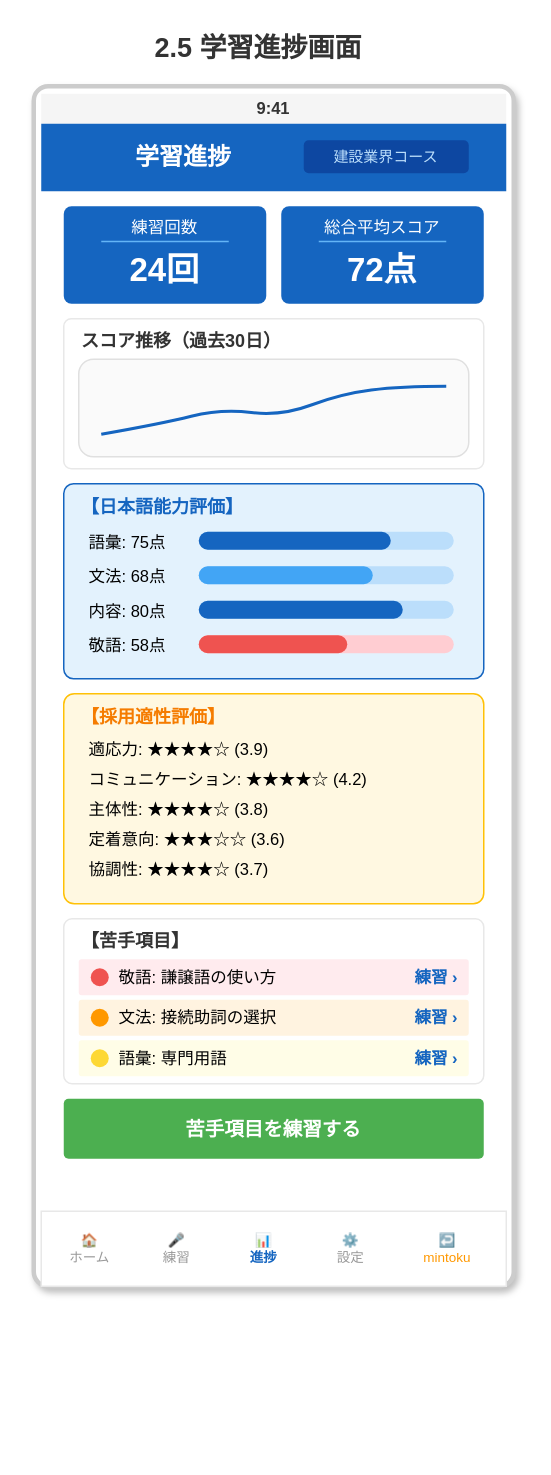
The draw.io diagram docs/images/画面設計書_2.5_学習進捗.drawio in yoshidasendai115/ai-interview, before the edit. Source tidied: cells renumbered, new cells numbered last; positions are measured from the earlier drawing's top-left corner, leaving out a move shared by most shapes. Both pictures are drawn from the tidied source at 150%, with x=0, y=0 at pixel (33, 26).
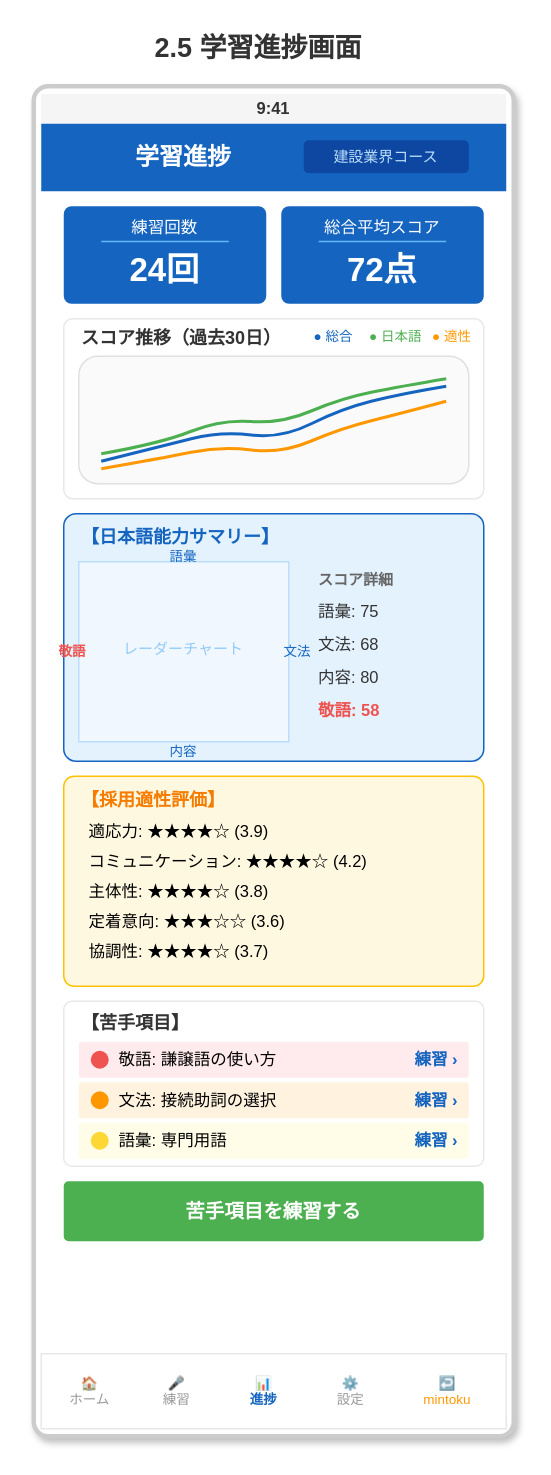
The same diagram, later.

The edit, as a diff of the source:
```diff
@@
     <mxCell id="3" style="rounded=1;whiteSpace=wrap;html=1;strokeColor=#CCCCCC;strokeWidth=3;fillColor=#FFFFFF;arcSize=3;shadow=1;" parent="1" vertex="1">
-      <mxGeometry y="40" width="320" height="800" as="geometry" />
+      <mxGeometry y="40" width="320" height="900" as="geometry" />
     </mxCell>
@@
     <mxCell id="17" style="rounded=1;whiteSpace=wrap;html=1;fillColor=#FFFFFF;strokeColor=#E8E8E8;strokeWidth=1;arcSize=5;" parent="1" vertex="1">
-      <mxGeometry x="20" y="195" width="280" height="100" as="geometry" />
+      <mxGeometry x="20" y="195" width="280" height="120" as="geometry" />
     </mxCell>
     <mxCell id="18" value="スコア推移（過去30日）" style="text;html=1;strokeColor=none;fillColor=none;align=left;verticalAlign=middle;whiteSpace=wrap;rounded=0;fontColor=#333333;fontSize=12;fontStyle=1;" parent="1" vertex="1">
-      <mxGeometry x="30" y="200" width="200" height="20" as="geometry" />
+      <mxGeometry x="30" y="198" width="150" height="20" as="geometry" />
     </mxCell>
+    <mxCell id="63" value="● 総合" style="text;html=1;strokeColor=none;fillColor=none;align=left;verticalAlign=middle;whiteSpace=wrap;rounded=0;fontSize=9;fontColor=#1565C0;" parent="1" vertex="1">
+      <mxGeometry x="185" y="198" width="35" height="18" as="geometry" />
+    </mxCell>
+    <mxCell id="64" value="● 日本語" style="text;html=1;strokeColor=none;fillColor=none;align=left;verticalAlign=middle;whiteSpace=wrap;rounded=0;fontSize=9;fontColor=#4CAF50;" parent="1" vertex="1">
+      <mxGeometry x="222" y="198" width="40" height="18" as="geometry" />
+    </mxCell>
+    <mxCell id="65" value="● 適性" style="text;html=1;strokeColor=none;fillColor=none;align=left;verticalAlign=middle;whiteSpace=wrap;rounded=0;fontSize=9;fontColor=#FF9800;" parent="1" vertex="1">
+      <mxGeometry x="264" y="198" width="35" height="18" as="geometry" />
+    </mxCell>
     <mxCell id="19" style="rounded=1;whiteSpace=wrap;html=1;fillColor=#fafafa;strokeColor=#e0e0e0;" parent="1" vertex="1">
-      <mxGeometry x="30" y="222" width="260" height="65" as="geometry" />
+      <mxGeometry x="30" y="220" width="260" height="85" as="geometry" />
     </mxCell>
-    <mxCell id="20" style="endArrow=none;html=1;strokeColor=#1565C0;strokeWidth=2;curved=1;" parent="1" edge="1">
-      <mxGeometry relative="1" as="geometry">
-        <mxPoint x="45" y="272" as="sourcePoint" />
-        <mxPoint x="275" y="240" as="targetPoint" />
-        <Array as="points">
-          <mxPoint x="85" y="265" />
-          <mxPoint x="125" y="255" />
-          <mxPoint x="165" y="260" />
-          <mxPoint x="205" y="245" />
-          <mxPoint x="245" y="240" />
-        </Array>
-      </mxGeometry>
-    </mxCell>
+    <mxCell id="66" style="endArrow=none;html=1;strokeColor=#1565C0;strokeWidth=2;curved=1;" parent="1" edge="1">
+      <mxGeometry relative="1" as="geometry">
+        <mxPoint x="45" y="290" as="sourcePoint" />
+        <mxPoint x="275" y="240" as="targetPoint" />
+        <Array as="points">
+          <mxPoint x="85" y="280" />
+          <mxPoint x="125" y="270" />
+          <mxPoint x="165" y="275" />
+          <mxPoint x="205" y="255" />
+          <mxPoint x="245" y="245" />
+        </Array>
+      </mxGeometry>
+    </mxCell>
+    <mxCell id="67" style="endArrow=none;html=1;strokeColor=#4CAF50;strokeWidth=2;curved=1;" parent="1" edge="1">
+      <mxGeometry relative="1" as="geometry">
+        <mxPoint x="45" y="285" as="sourcePoint" />
+        <mxPoint x="275" y="235" as="targetPoint" />
+        <Array as="points">
+          <mxPoint x="85" y="278" />
+          <mxPoint x="125" y="262" />
+          <mxPoint x="165" y="265" />
+          <mxPoint x="205" y="248" />
+          <mxPoint x="245" y="240" />
+        </Array>
+      </mxGeometry>
+    </mxCell>
+    <mxCell id="68" style="endArrow=none;html=1;strokeColor=#FF9800;strokeWidth=2;curved=1;" parent="1" edge="1">
+      <mxGeometry relative="1" as="geometry">
+        <mxPoint x="45" y="295" as="sourcePoint" />
+        <mxPoint x="275" y="250" as="targetPoint" />
+        <Array as="points">
+          <mxPoint x="85" y="288" />
+          <mxPoint x="125" y="280" />
+          <mxPoint x="165" y="285" />
+          <mxPoint x="205" y="268" />
+          <mxPoint x="245" y="258" />
+        </Array>
+      </mxGeometry>
+    </mxCell>
     <mxCell id="21" style="rounded=1;whiteSpace=wrap;html=1;fillColor=#E3F2FD;strokeColor=#1565C0;arcSize=5;" parent="1" vertex="1">
-      <mxGeometry x="20" y="305" width="280" height="130" as="geometry" />
+      <mxGeometry x="20" y="325" width="280" height="165" as="geometry" />
     </mxCell>
-    <mxCell id="22" value="【日本語能力評価】" style="text;html=1;strokeColor=none;fillColor=none;align=left;verticalAlign=middle;whiteSpace=wrap;rounded=0;fontColor=#1565C0;fontSize=12;fontStyle=1;" parent="1" vertex="1">
-      <mxGeometry x="30" y="310" width="180" height="22" as="geometry" />
+    <mxCell id="22" value="【日本語能力サマリー】" style="text;html=1;strokeColor=none;fillColor=none;align=left;verticalAlign=middle;whiteSpace=wrap;rounded=0;fontColor=#1565C0;fontSize=12;fontStyle=1;" parent="1" vertex="1">
+      <mxGeometry x="30" y="330" width="180" height="22" as="geometry" />
     </mxCell>
-    <mxCell id="23" value="語彙: 75点" style="text;html=1;strokeColor=none;fillColor=none;align=left;verticalAlign=middle;whiteSpace=wrap;rounded=0;fontSize=11;" parent="1" vertex="1">
-      <mxGeometry x="35" y="335" width="70" height="18" as="geometry" />
-    </mxCell>
-    <mxCell id="24" style="rounded=1;whiteSpace=wrap;html=1;fillColor=#BBDEFB;strokeColor=none;arcSize=50;" parent="1" vertex="1">
-      <mxGeometry x="110" y="337" width="170" height="12" as="geometry" />
-    </mxCell>
-    <mxCell id="25" style="rounded=1;whiteSpace=wrap;html=1;fillColor=#1565C0;strokeColor=none;arcSize=50;" parent="1" vertex="1">
-      <mxGeometry x="110" y="337" width="128" height="12" as="geometry" />
-    </mxCell>
-    <mxCell id="26" value="文法: 68点" style="text;html=1;strokeColor=none;fillColor=none;align=left;verticalAlign=middle;whiteSpace=wrap;rounded=0;fontSize=11;" parent="1" vertex="1">
-      <mxGeometry x="35" y="358" width="70" height="18" as="geometry" />
-    </mxCell>
-    <mxCell id="27" style="rounded=1;whiteSpace=wrap;html=1;fillColor=#BBDEFB;strokeColor=none;arcSize=50;" parent="1" vertex="1">
-      <mxGeometry x="110" y="360" width="170" height="12" as="geometry" />
-    </mxCell>
-    <mxCell id="28" style="rounded=1;whiteSpace=wrap;html=1;fillColor=#42A5F5;strokeColor=none;arcSize=50;" parent="1" vertex="1">
-      <mxGeometry x="110" y="360" width="116" height="12" as="geometry" />
-    </mxCell>
-    <mxCell id="29" value="内容: 80点" style="text;html=1;strokeColor=none;fillColor=none;align=left;verticalAlign=middle;whiteSpace=wrap;rounded=0;fontSize=11;" parent="1" vertex="1">
-      <mxGeometry x="35" y="381" width="70" height="18" as="geometry" />
-    </mxCell>
-    <mxCell id="30" style="rounded=1;whiteSpace=wrap;html=1;fillColor=#BBDEFB;strokeColor=none;arcSize=50;" parent="1" vertex="1">
-      <mxGeometry x="110" y="383" width="170" height="12" as="geometry" />
-    </mxCell>
-    <mxCell id="31" style="rounded=1;whiteSpace=wrap;html=1;fillColor=#1565C0;strokeColor=none;arcSize=50;" parent="1" vertex="1">
-      <mxGeometry x="110" y="383" width="136" height="12" as="geometry" />
-    </mxCell>
-    <mxCell id="32" value="敬語: 58点" style="text;html=1;strokeColor=none;fillColor=none;align=left;verticalAlign=middle;whiteSpace=wrap;rounded=0;fontSize=11;" parent="1" vertex="1">
-      <mxGeometry x="35" y="404" width="70" height="18" as="geometry" />
-    </mxCell>
-    <mxCell id="33" style="rounded=1;whiteSpace=wrap;html=1;fillColor=#FFCDD2;strokeColor=none;arcSize=50;" parent="1" vertex="1">
-      <mxGeometry x="110" y="406" width="170" height="12" as="geometry" />
-    </mxCell>
-    <mxCell id="34" style="rounded=1;whiteSpace=wrap;html=1;fillColor=#EF5350;strokeColor=none;arcSize=50;" parent="1" vertex="1">
-      <mxGeometry x="110" y="406" width="99" height="12" as="geometry" />
-    </mxCell>
+    <mxCell id="69" style="rounded=0;whiteSpace=wrap;html=1;fillColor=#f0f7ff;strokeColor=#bbdefb;" parent="1" vertex="1">
+      <mxGeometry x="30" y="357" width="140" height="120" as="geometry" />
+    </mxCell>
+    <mxCell id="70" value="レーダーチャート" style="text;html=1;strokeColor=none;fillColor=none;align=center;verticalAlign=middle;whiteSpace=wrap;rounded=0;fontSize=10;fontColor=#90CAF9;" parent="1" vertex="1">
+      <mxGeometry x="45" y="405" width="110" height="20" as="geometry" />
+    </mxCell>
+    <mxCell id="71" value="語彙" style="text;html=1;strokeColor=none;fillColor=none;align=center;verticalAlign=bottom;whiteSpace=wrap;rounded=0;fontSize=9;fontColor=#1565C0;" parent="1" vertex="1">
+      <mxGeometry x="80" y="348" width="40" height="14" as="geometry" />
+    </mxCell>
+    <mxCell id="72" value="文法" style="text;html=1;strokeColor=none;fillColor=none;align=left;verticalAlign=middle;whiteSpace=wrap;rounded=0;fontSize=9;fontColor=#1565C0;" parent="1" vertex="1">
+      <mxGeometry x="165" y="410" width="30" height="14" as="geometry" />
+    </mxCell>
+    <mxCell id="73" value="内容" style="text;html=1;strokeColor=none;fillColor=none;align=center;verticalAlign=top;whiteSpace=wrap;rounded=0;fontSize=9;fontColor=#1565C0;" parent="1" vertex="1">
+      <mxGeometry x="80" y="472" width="40" height="14" as="geometry" />
+    </mxCell>
+    <mxCell id="74" value="敬語" style="text;html=1;strokeColor=none;fillColor=none;align=right;verticalAlign=middle;whiteSpace=wrap;rounded=0;fontSize=9;fontColor=#EF5350;fontStyle=1;" parent="1" vertex="1">
+      <mxGeometry x="7" y="410" width="30" height="14" as="geometry" />
+    </mxCell>
+    <mxCell id="75" value="スコア詳細" style="text;html=1;strokeColor=none;fillColor=none;align=left;verticalAlign=middle;whiteSpace=wrap;rounded=0;fontSize=10;fontStyle=1;fontColor=#666666;" parent="1" vertex="1">
+      <mxGeometry x="188" y="360" width="80" height="18" as="geometry" />
+    </mxCell>
+    <mxCell id="76" value="語彙: 75" style="text;html=1;strokeColor=none;fillColor=none;align=left;verticalAlign=middle;whiteSpace=wrap;rounded=0;fontSize=11;fontColor=#333333;" parent="1" vertex="1">
+      <mxGeometry x="188" y="380" width="80" height="20" as="geometry" />
+    </mxCell>
+    <mxCell id="77" value="文法: 68" style="text;html=1;strokeColor=none;fillColor=none;align=left;verticalAlign=middle;whiteSpace=wrap;rounded=0;fontSize=11;fontColor=#333333;" parent="1" vertex="1">
+      <mxGeometry x="188" y="402" width="80" height="20" as="geometry" />
+    </mxCell>
+    <mxCell id="78" value="内容: 80" style="text;html=1;strokeColor=none;fillColor=none;align=left;verticalAlign=middle;whiteSpace=wrap;rounded=0;fontSize=11;fontColor=#333333;" parent="1" vertex="1">
+      <mxGeometry x="188" y="424" width="80" height="20" as="geometry" />
+    </mxCell>
+    <mxCell id="79" value="敬語: 58" style="text;html=1;strokeColor=none;fillColor=none;align=left;verticalAlign=middle;whiteSpace=wrap;rounded=0;fontSize=11;fontColor=#EF5350;fontStyle=1;" parent="1" vertex="1">
+      <mxGeometry x="188" y="446" width="80" height="20" as="geometry" />
+    </mxCell>
     <mxCell id="35" style="rounded=1;whiteSpace=wrap;html=1;fillColor=#FFF8E1;strokeColor=#FFC107;arcSize=5;" parent="1" vertex="1">
-      <mxGeometry x="20" y="445" width="280" height="140" as="geometry" />
+      <mxGeometry x="20" y="500" width="280" height="140" as="geometry" />
     </mxCell>
     <mxCell id="36" value="【採用適性評価】" style="text;html=1;strokeColor=none;fillColor=none;align=left;verticalAlign=middle;whiteSpace=wrap;rounded=0;fontColor=#F57C00;fontSize=12;fontStyle=1;" parent="1" vertex="1">
-      <mxGeometry x="30" y="450" width="180" height="22" as="geometry" />
+      <mxGeometry x="30" y="505" width="180" height="22" as="geometry" />
     </mxCell>
     <mxCell id="37" value="適応力:             ★★★★☆ (3.9)" style="text;html=1;strokeColor=none;fillColor=none;align=left;verticalAlign=middle;whiteSpace=wrap;rounded=0;fontSize=11;" parent="1" vertex="1">
-      <mxGeometry x="35" y="472" width="250" height="20" as="geometry" />
+      <mxGeometry x="35" y="527" width="250" height="20" as="geometry" />
     </mxCell>
     <mxCell id="38" value="コミュニケーション:   ★★★★☆ (4.2)" style="text;html=1;strokeColor=none;fillColor=none;align=left;verticalAlign=middle;whiteSpace=wrap;rounded=0;fontSize=11;" parent="1" vertex="1">
-      <mxGeometry x="35" y="492" width="250" height="20" as="geometry" />
+      <mxGeometry x="35" y="547" width="250" height="20" as="geometry" />
     </mxCell>
     <mxCell id="39" value="主体性:             ★★★★☆ (3.8)" style="text;html=1;strokeColor=none;fillColor=none;align=left;verticalAlign=middle;whiteSpace=wrap;rounded=0;fontSize=11;" parent="1" vertex="1">
-      <mxGeometry x="35" y="512" width="250" height="20" as="geometry" />
+      <mxGeometry x="35" y="567" width="250" height="20" as="geometry" />
     </mxCell>
     <mxCell id="40" value="定着意向:           ★★★☆☆ (3.6)" style="text;html=1;strokeColor=none;fillColor=none;align=left;verticalAlign=middle;whiteSpace=wrap;rounded=0;fontSize=11;" parent="1" vertex="1">
-      <mxGeometry x="35" y="532" width="250" height="20" as="geometry" />
+      <mxGeometry x="35" y="587" width="250" height="20" as="geometry" />
     </mxCell>
     <mxCell id="41" value="協調性:             ★★★★☆ (3.7)" style="text;html=1;strokeColor=none;fillColor=none;align=left;verticalAlign=middle;whiteSpace=wrap;rounded=0;fontSize=11;" parent="1" vertex="1">
-      <mxGeometry x="35" y="552" width="250" height="20" as="geometry" />
+      <mxGeometry x="35" y="607" width="250" height="20" as="geometry" />
     </mxCell>
     <mxCell id="42" style="rounded=1;whiteSpace=wrap;html=1;fillColor=#FFFFFF;strokeColor=#E8E8E8;strokeWidth=1;arcSize=5;" parent="1" vertex="1">
-      <mxGeometry x="20" y="595" width="280" height="110" as="geometry" />
+      <mxGeometry x="20" y="650" width="280" height="110" as="geometry" />
     </mxCell>
     <mxCell id="43" value="【苦手項目】" style="text;html=1;strokeColor=none;fillColor=none;align=left;verticalAlign=middle;whiteSpace=wrap;rounded=0;fontColor=#333333;fontSize=12;fontStyle=1;" parent="1" vertex="1">
-      <mxGeometry x="30" y="600" width="200" height="20" as="geometry" />
+      <mxGeometry x="30" y="655" width="200" height="20" as="geometry" />
     </mxCell>
     <mxCell id="44" style="rounded=1;whiteSpace=wrap;html=1;fillColor=#FFEBEE;strokeColor=none;arcSize=8;" parent="1" vertex="1">
-      <mxGeometry x="30" y="622" width="260" height="24" as="geometry" />
+      <mxGeometry x="30" y="677" width="260" height="24" as="geometry" />
     </mxCell>
     <mxCell id="45" style="ellipse;whiteSpace=wrap;html=1;fillColor=#EF5350;strokeColor=none;" parent="1" vertex="1">
-      <mxGeometry x="38" y="628" width="12" height="12" as="geometry" />
+      <mxGeometry x="38" y="683" width="12" height="12" as="geometry" />
     </mxCell>
     <mxCell id="46" value="敬語: 謙譲語の使い方" style="text;html=1;strokeColor=none;fillColor=none;align=left;verticalAlign=middle;whiteSpace=wrap;rounded=0;fontSize=11;" parent="1" vertex="1">
-      <mxGeometry x="55" y="622" width="150" height="24" as="geometry" />
+      <mxGeometry x="55" y="677" width="150" height="24" as="geometry" />
     </mxCell>
     <mxCell id="47" value="練習 ›" style="text;html=1;strokeColor=none;fillColor=none;align=right;verticalAlign=middle;whiteSpace=wrap;rounded=0;fontSize=11;fontColor=#1565C0;fontStyle=1;" parent="1" vertex="1">
-      <mxGeometry x="240" y="622" width="45" height="24" as="geometry" />
+      <mxGeometry x="240" y="677" width="45" height="24" as="geometry" />
     </mxCell>
     <mxCell id="48" style="rounded=1;whiteSpace=wrap;html=1;fillColor=#FFF3E0;strokeColor=none;arcSize=8;" parent="1" vertex="1">
-      <mxGeometry x="30" y="649" width="260" height="24" as="geometry" />
+      <mxGeometry x="30" y="704" width="260" height="24" as="geometry" />
     </mxCell>
     <mxCell id="49" style="ellipse;whiteSpace=wrap;html=1;fillColor=#FF9800;strokeColor=none;" parent="1" vertex="1">
-      <mxGeometry x="38" y="655" width="12" height="12" as="geometry" />
+      <mxGeometry x="38" y="710" width="12" height="12" as="geometry" />
     </mxCell>
     <mxCell id="50" value="文法: 接続助詞の選択" style="text;html=1;strokeColor=none;fillColor=none;align=left;verticalAlign=middle;whiteSpace=wrap;rounded=0;fontSize=11;" parent="1" vertex="1">
-      <mxGeometry x="55" y="649" width="150" height="24" as="geometry" />
+      <mxGeometry x="55" y="704" width="150" height="24" as="geometry" />
     </mxCell>
     <mxCell id="51" value="練習 ›" style="text;html=1;strokeColor=none;fillColor=none;align=right;verticalAlign=middle;whiteSpace=wrap;rounded=0;fontSize=11;fontColor=#1565C0;fontStyle=1;" parent="1" vertex="1">
-      <mxGeometry x="240" y="649" width="45" height="24" as="geometry" />
+      <mxGeometry x="240" y="704" width="45" height="24" as="geometry" />
     </mxCell>
     <mxCell id="52" style="rounded=1;whiteSpace=wrap;html=1;fillColor=#FFFDE7;strokeColor=none;arcSize=8;" parent="1" vertex="1">
-      <mxGeometry x="30" y="676" width="260" height="24" as="geometry" />
+      <mxGeometry x="30" y="731" width="260" height="24" as="geometry" />
     </mxCell>
     <mxCell id="53" style="ellipse;whiteSpace=wrap;html=1;fillColor=#FDD835;strokeColor=none;" parent="1" vertex="1">
-      <mxGeometry x="38" y="682" width="12" height="12" as="geometry" />
+      <mxGeometry x="38" y="737" width="12" height="12" as="geometry" />
     </mxCell>
     <mxCell id="54" value="語彙: 専門用語" style="text;html=1;strokeColor=none;fillColor=none;align=left;verticalAlign=middle;whiteSpace=wrap;rounded=0;fontSize=11;" parent="1" vertex="1">
-      <mxGeometry x="55" y="676" width="150" height="24" as="geometry" />
+      <mxGeometry x="55" y="731" width="150" height="24" as="geometry" />
     </mxCell>
     <mxCell id="55" value="練習 ›" style="text;html=1;strokeColor=none;fillColor=none;align=right;verticalAlign=middle;whiteSpace=wrap;rounded=0;fontSize=11;fontColor=#1565C0;fontStyle=1;" parent="1" vertex="1">
-      <mxGeometry x="240" y="676" width="45" height="24" as="geometry" />
+      <mxGeometry x="240" y="731" width="45" height="24" as="geometry" />
     </mxCell>
     <mxCell id="56" value="苦手項目を練習する" style="rounded=1;whiteSpace=wrap;html=1;fillColor=#4CAF50;strokeColor=none;fontColor=#FFFFFF;fontSize=13;fontStyle=1;arcSize=8;" parent="1" vertex="1">
-      <mxGeometry x="20" y="715" width="280" height="40" as="geometry" />
+      <mxGeometry x="20" y="770" width="280" height="40" as="geometry" />
     </mxCell>
     <mxCell id="57" style="rounded=0;whiteSpace=wrap;html=1;fillColor=#FFFFFF;strokeColor=#E8E8E8;strokeWidth=1;" parent="1" vertex="1">
-      <mxGeometry x="5" y="790" width="310" height="50" as="geometry" />
+      <mxGeometry x="5" y="885" width="310" height="50" as="geometry" />
     </mxCell>
     <mxCell id="58" value="🏠&#10;ホーム" style="text;html=1;strokeColor=none;fillColor=none;align=center;verticalAlign=middle;whiteSpace=wrap;rounded=0;fontSize=9;fontColor=#999999;" parent="1" vertex="1">
-      <mxGeometry x="10" y="795" width="55" height="40" as="geometry" />
+      <mxGeometry x="10" y="890" width="55" height="40" as="geometry" />
     </mxCell>
     <mxCell id="59" value="🎤&#10;練習" style="text;html=1;strokeColor=none;fillColor=none;align=center;verticalAlign=middle;whiteSpace=wrap;rounded=0;fontSize=9;fontColor=#999999;" parent="1" vertex="1">
-      <mxGeometry x="68" y="795" width="55" height="40" as="geometry" />
+      <mxGeometry x="68" y="890" width="55" height="40" as="geometry" />
     </mxCell>
     <mxCell id="60" value="📊&#10;進捗" style="text;html=1;strokeColor=none;fillColor=none;align=center;verticalAlign=middle;whiteSpace=wrap;rounded=0;fontSize=9;fontColor=#1565C0;fontStyle=1;" parent="1" vertex="1">
-      <mxGeometry x="126" y="795" width="55" height="40" as="geometry" />
+      <mxGeometry x="126" y="890" width="55" height="40" as="geometry" />
     </mxCell>
     <mxCell id="61" value="⚙️&#10;設定" style="text;html=1;strokeColor=none;fillColor=none;align=center;verticalAlign=middle;whiteSpace=wrap;rounded=0;fontSize=9;fontColor=#999999;" parent="1" vertex="1">
-      <mxGeometry x="184" y="795" width="55" height="40" as="geometry" />
+      <mxGeometry x="184" y="890" width="55" height="40" as="geometry" />
     </mxCell>
     <mxCell id="62" value="↩️&#10;mintoku" style="text;html=1;strokeColor=none;fillColor=none;align=center;verticalAlign=middle;whiteSpace=wrap;rounded=0;fontSize=9;fontColor=#FF9800;" parent="1" vertex="1">
-      <mxGeometry x="242" y="795" width="68" height="40" as="geometry" />
+      <mxGeometry x="242" y="890" width="68" height="40" as="geometry" />
     </mxCell>
```
